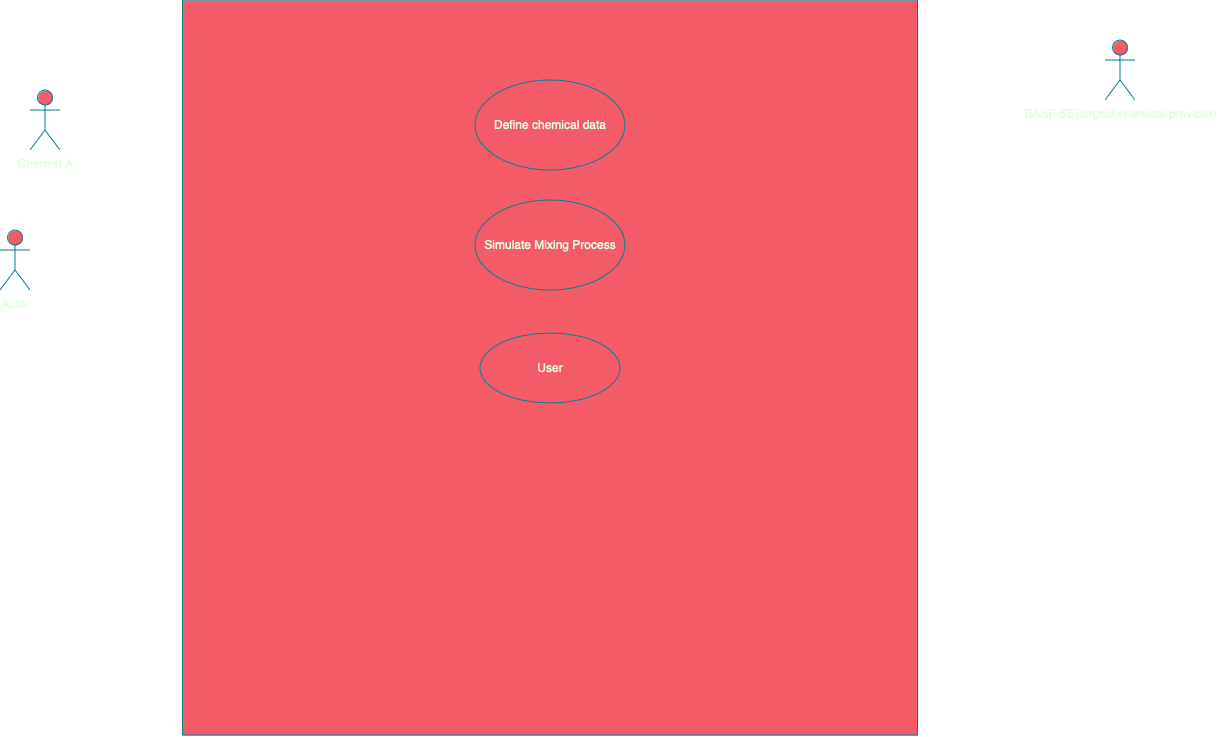
Before: usecase.PNG, a diagram exported from draw.io (a-l-a-z-a-r/Chemical-Mixing-Data-Synthesis). Source tidied: cells renumbered, new cells last; positions are measured from the earlier drawing's top-left corner, leaving out a move shared by most shapes.
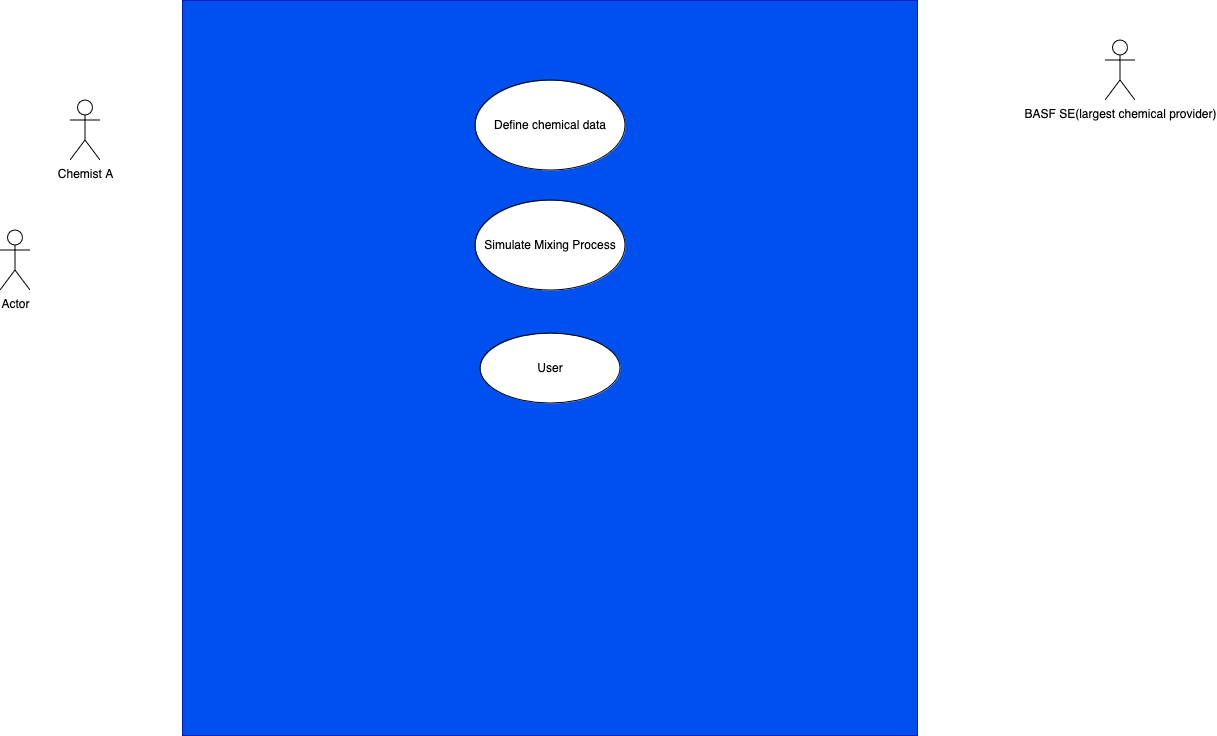
The same file after the commit.

Diff of the diagram source:
```diff
@@ -2,25 +2,25 @@
   <root>
     <mxCell id="0" />
     <mxCell id="1" parent="0" />
-    <mxCell id="2" value="Chemist A" style="shape=umlActor;verticalLabelPosition=bottom;verticalAlign=top;html=1;labelBackgroundColor=none;fillColor=#F45B69;strokeColor=#028090;fontColor=#E4FDE1;" parent="1" vertex="1">
-      <mxGeometry x="30" y="90" width="30" height="60" as="geometry" />
+    <mxCell id="2" value="Chemist A" style="shape=umlActor;verticalLabelPosition=bottom;verticalAlign=top;html=1;labelBackgroundColor=none;" parent="1" vertex="1">
+      <mxGeometry x="70" y="100" width="30" height="60" as="geometry" />
     </mxCell>
-    <mxCell id="3" style="whiteSpace=wrap;html=1;labelBackgroundColor=none;fillColor=#F45B69;strokeColor=#028090;fontColor=#E4FDE1;" parent="1" vertex="1">
-      <mxGeometry x="182.5" width="735" height="735" as="geometry" />
+    <mxCell id="3" style="whiteSpace=wrap;html=1;labelBackgroundColor=none;fillColor=#0050ef;fontColor=#ffffff;strokeColor=#001DBC;" parent="1" vertex="1">
+      <mxGeometry x="182.5" y="0.5" width="735" height="735" as="geometry" />
     </mxCell>
-    <mxCell id="4" value="&lt;div&gt;BASF SE(largest chemical provider)&lt;br&gt;&lt;/div&gt;&lt;div&gt;&lt;br&gt;&lt;/div&gt;" style="shape=umlActor;verticalLabelPosition=bottom;verticalAlign=top;html=1;labelBackgroundColor=none;fillColor=#F45B69;strokeColor=#028090;fontColor=#E4FDE1;" parent="1" vertex="1">
+    <mxCell id="4" value="&lt;div&gt;BASF SE(largest chemical provider)&lt;br&gt;&lt;/div&gt;&lt;div&gt;&lt;br&gt;&lt;/div&gt;" style="shape=umlActor;verticalLabelPosition=bottom;verticalAlign=top;html=1;labelBackgroundColor=none;" parent="1" vertex="1">
       <mxGeometry x="1105" y="40" width="30" height="60" as="geometry" />
     </mxCell>
-    <mxCell id="5" value="Define chemical data" style="ellipse;whiteSpace=wrap;html=1;labelBackgroundColor=none;fillColor=#F45B69;strokeColor=#028090;fontColor=#E4FDE1;" parent="1" vertex="1">
+    <mxCell id="5" value="Define chemical data" style="ellipse;whiteSpace=wrap;html=1;labelBackgroundColor=none;" parent="1" vertex="1">
       <mxGeometry x="475" y="80" width="150" height="90" as="geometry" />
     </mxCell>
-    <mxCell id="6" value="Simulate Mixing Process" style="ellipse;whiteSpace=wrap;html=1;labelBackgroundColor=none;fillColor=#F45B69;strokeColor=#028090;fontColor=#E4FDE1;" parent="1" vertex="1">
+    <mxCell id="6" value="Simulate Mixing Process" style="ellipse;whiteSpace=wrap;html=1;labelBackgroundColor=none;" parent="1" vertex="1">
       <mxGeometry x="475" y="200" width="150" height="90" as="geometry" />
     </mxCell>
-    <mxCell id="7" value="User" style="ellipse;whiteSpace=wrap;html=1;labelBackgroundColor=none;fillColor=#F45B69;strokeColor=#028090;fontColor=#E4FDE1;" parent="1" vertex="1">
+    <mxCell id="7" value="User" style="ellipse;whiteSpace=wrap;html=1;labelBackgroundColor=none;" parent="1" vertex="1">
       <mxGeometry x="480" y="333" width="140" height="70" as="geometry" />
     </mxCell>
-    <mxCell id="8" value="Actor" style="shape=umlActor;verticalLabelPosition=bottom;verticalAlign=top;html=1;fillColor=#F45B69;fontColor=#E4FDE1;strokeColor=#028090;labelBackgroundColor=none;" parent="1" vertex="1">
+    <mxCell id="8" value="Actor" style="shape=umlActor;verticalLabelPosition=bottom;verticalAlign=top;html=1;labelBackgroundColor=none;" parent="1" vertex="1">
       <mxGeometry y="230" width="30" height="60" as="geometry" />
     </mxCell>
   </root>
```
